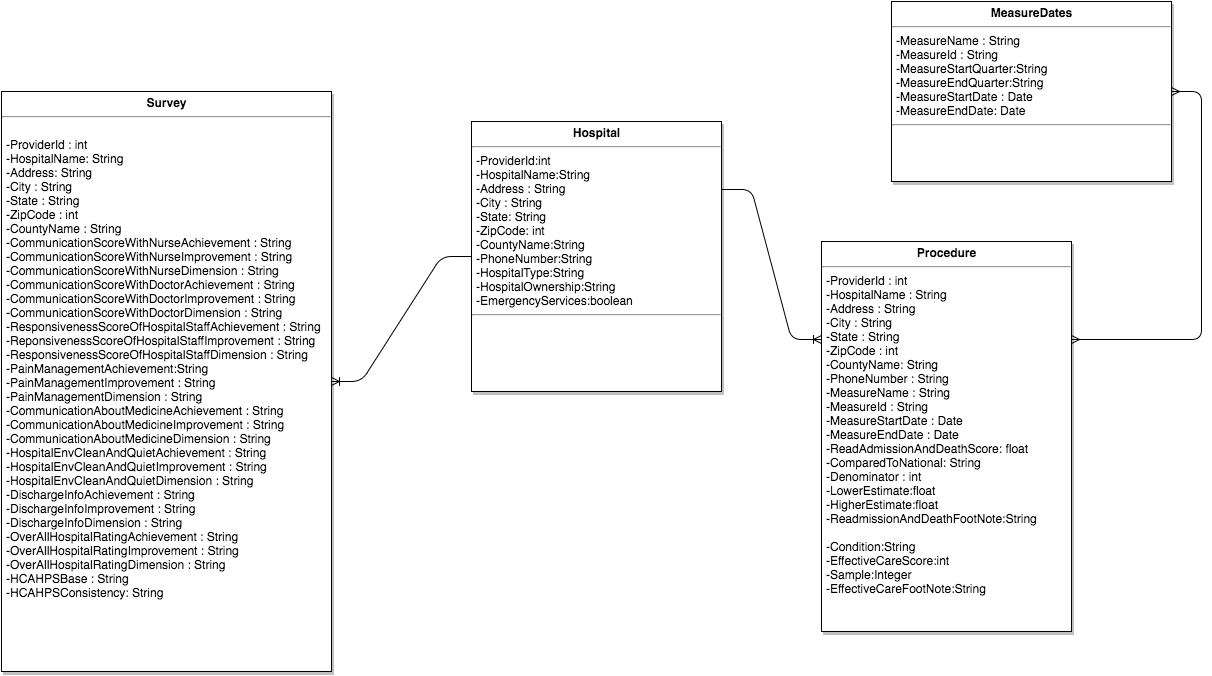
chqngh-berkeley/exercise_1 keeps this draw.io diagram as loading_and_modelling/HospitalUMLDiagram.png. Above is the earlier version. Source tidied: cells renumbered, new cells last; positions are measured from the earlier drawing's top-left corner, leaving out a move shared by most shapes.
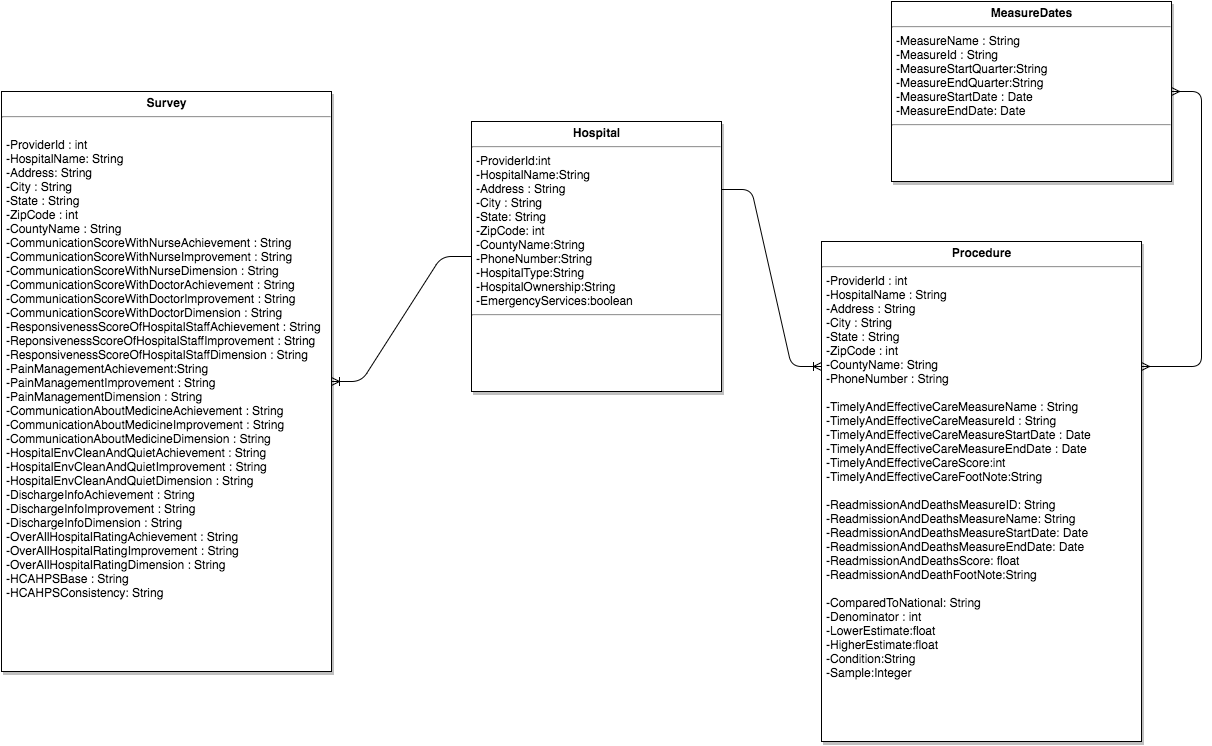
After the change.

The edit, as a diff of the source:
```diff
@@ -8,8 +8,8 @@
     <mxCell id="3" value="&lt;p style=&quot;margin: 0px ; margin-top: 4px ; text-align: center&quot;&gt;&lt;strong&gt;Hospital&lt;/strong&gt;&lt;/p&gt;&lt;hr&gt;&lt;p style=&quot;margin: 0px ; margin-left: 4px&quot;&gt;-ProviderId:int&lt;br&gt;-HospitalName:String&lt;br&gt;-Address : String&lt;br&gt;-City : String&lt;br&gt;-State: String&lt;/p&gt;&lt;p style=&quot;margin: 0px ; margin-left: 4px&quot;&gt;-ZipCode: int&lt;/p&gt;&lt;p style=&quot;margin: 0px ; margin-left: 4px&quot;&gt;-CountyName:String&lt;/p&gt;&lt;p style=&quot;margin: 0px ; margin-left: 4px&quot;&gt;-PhoneNumber:String&lt;/p&gt;&lt;p style=&quot;margin: 0px ; margin-left: 4px&quot;&gt;-HospitalType:String&lt;/p&gt;&lt;p style=&quot;margin: 0px ; margin-left: 4px&quot;&gt;-HospitalOwnership:String&lt;/p&gt;&lt;p style=&quot;margin: 0px ; margin-left: 4px&quot;&gt;-EmergencyServices:boolean&lt;/p&gt;&lt;hr&gt;&lt;p style=&quot;margin: 0px ; margin-left: 4px&quot;&gt;&lt;br&gt;&lt;/p&gt;" style="shadow=1;fillColor=#FFFFFF;gradientColor=none;verticalAlign=top;align=left;overflow=fill;fontSize=12;fontFamily=Helvetica;html=1;" parent="1" vertex="1">
       <mxGeometry x="470" y="120" width="250" height="270" as="geometry" />
     </mxCell>
-    <mxCell id="4" value="&lt;p style=&quot;margin: 0px ; margin-top: 4px ; text-align: center&quot;&gt;&lt;strong&gt;Procedure&lt;/strong&gt;&lt;/p&gt;&lt;hr&gt;&lt;p style=&quot;margin: 0px ; margin-left: 4px&quot;&gt;&lt;span style=&quot;line-height: 1.2&quot;&gt;-ProviderId : int&lt;/span&gt;&lt;/p&gt;&lt;p style=&quot;margin: 0px ; margin-left: 4px&quot;&gt;&lt;span style=&quot;line-height: 1.2&quot;&gt;-HospitalName : String&lt;/span&gt;&lt;/p&gt;&lt;p style=&quot;margin: 0px ; margin-left: 4px&quot;&gt;&lt;span style=&quot;line-height: 1.2&quot;&gt;-Address : String&lt;/span&gt;&lt;/p&gt;&lt;p style=&quot;margin: 0px ; margin-left: 4px&quot;&gt;&lt;span style=&quot;line-height: 1.2&quot;&gt;-City : String&lt;/span&gt;&lt;/p&gt;&lt;p style=&quot;margin: 0px ; margin-left: 4px&quot;&gt;&lt;span style=&quot;line-height: 1.2&quot;&gt;-State : String&lt;/span&gt;&lt;/p&gt;&lt;p style=&quot;margin: 0px ; margin-left: 4px&quot;&gt;&lt;span style=&quot;line-height: 1.2&quot;&gt;-ZipCode : int&lt;/span&gt;&lt;/p&gt;&lt;p style=&quot;margin: 0px ; margin-left: 4px&quot;&gt;&lt;span style=&quot;line-height: 1.2&quot;&gt;-CountyName: String&lt;/span&gt;&lt;/p&gt;&lt;p style=&quot;margin: 0px ; margin-left: 4px&quot;&gt;&lt;span style=&quot;line-height: 1.2&quot;&gt;-PhoneNumber : String&lt;/span&gt;&lt;/p&gt;&lt;p style=&quot;margin: 0px ; margin-left: 4px&quot;&gt;&lt;span style=&quot;line-height: 1.2&quot;&gt;-MeasureName : String&lt;/span&gt;&lt;/p&gt;&lt;p style=&quot;margin: 0px ; margin-left: 4px&quot;&gt;&lt;span style=&quot;line-height: 1.2&quot;&gt;-MeasureId : String&lt;/span&gt;&lt;/p&gt;&lt;p style=&quot;margin: 0px ; margin-left: 4px&quot;&gt;&lt;span style=&quot;line-height: 1.2&quot;&gt;-MeasureStartDate : Date&lt;/span&gt;&lt;/p&gt;&lt;p style=&quot;margin: 0px ; margin-left: 4px&quot;&gt;&lt;span style=&quot;line-height: 1.2&quot;&gt;-MeasureEndDate : Date&lt;/span&gt;&lt;/p&gt;&lt;p style=&quot;margin: 0px ; margin-left: 4px&quot;&gt;&lt;span style=&quot;line-height: 1.2&quot;&gt;-ReadAdmissionAndDeathScore: float&lt;/span&gt;&lt;/p&gt;&lt;p style=&quot;margin: 0px ; margin-left: 4px&quot;&gt;&lt;span style=&quot;line-height: 1.2&quot;&gt;-ComparedToNational: String&lt;/span&gt;&lt;/p&gt;&lt;p style=&quot;margin: 0px ; margin-left: 4px&quot;&gt;&lt;span style=&quot;line-height: 1.2&quot;&gt;-Denominator : int&lt;/span&gt;&lt;/p&gt;&lt;p style=&quot;margin: 0px ; margin-left: 4px&quot;&gt;&lt;span style=&quot;line-height: 1.2&quot;&gt;-LowerEstimate:float&lt;/span&gt;&lt;/p&gt;&lt;p style=&quot;margin: 0px ; margin-left: 4px&quot;&gt;&lt;span style=&quot;line-height: 1.2&quot;&gt;-HigherEstimate:float&lt;/span&gt;&lt;/p&gt;&lt;p style=&quot;margin: 0px ; margin-left: 4px&quot;&gt;&lt;span style=&quot;line-height: 1.2&quot;&gt;-ReadmissionAndDeathFootNote:String&lt;/span&gt;&lt;/p&gt;&lt;p style=&quot;margin: 0px ; margin-left: 4px&quot;&gt;&lt;span style=&quot;line-height: 1.2&quot;&gt;&lt;br&gt;&lt;/span&gt;&lt;/p&gt;&lt;p style=&quot;margin: 0px ; margin-left: 4px&quot;&gt;&lt;span style=&quot;line-height: 1.2&quot;&gt;-Condition:String&lt;/span&gt;&lt;/p&gt;&lt;p style=&quot;margin: 0px ; margin-left: 4px&quot;&gt;&lt;span style=&quot;line-height: 1.2&quot;&gt;-EffectiveCareScore:int&lt;/span&gt;&lt;/p&gt;&lt;p style=&quot;margin: 0px ; margin-left: 4px&quot;&gt;&lt;span style=&quot;line-height: 1.2&quot;&gt;-Sample:Integer&lt;/span&gt;&lt;/p&gt;&lt;p style=&quot;margin: 0px ; margin-left: 4px&quot;&gt;&lt;span style=&quot;line-height: 1.2&quot;&gt;-EffectiveCareFootNote:String&lt;/span&gt;&lt;/p&gt;" style="shadow=1;fillColor=#FFFFFF;gradientColor=none;verticalAlign=top;align=left;overflow=fill;fontSize=12;fontFamily=Helvetica;html=1;" parent="1" vertex="1">
-      <mxGeometry x="820" y="240" width="250" height="390" as="geometry" />
+    <mxCell id="4" value="&lt;p style=&quot;margin: 0px ; margin-top: 4px ; text-align: center&quot;&gt;&lt;strong&gt;Procedure&lt;/strong&gt;&lt;/p&gt;&lt;hr&gt;&lt;p style=&quot;margin: 0px ; margin-left: 4px&quot;&gt;&lt;span style=&quot;line-height: 1.2&quot;&gt;-ProviderId : int&lt;/span&gt;&lt;/p&gt;&lt;p style=&quot;margin: 0px ; margin-left: 4px&quot;&gt;&lt;span style=&quot;line-height: 1.2&quot;&gt;-HospitalName : String&lt;/span&gt;&lt;/p&gt;&lt;p style=&quot;margin: 0px ; margin-left: 4px&quot;&gt;&lt;span style=&quot;line-height: 1.2&quot;&gt;-Address : String&lt;/span&gt;&lt;/p&gt;&lt;p style=&quot;margin: 0px ; margin-left: 4px&quot;&gt;&lt;span style=&quot;line-height: 1.2&quot;&gt;-City : String&lt;/span&gt;&lt;/p&gt;&lt;p style=&quot;margin: 0px ; margin-left: 4px&quot;&gt;&lt;span style=&quot;line-height: 1.2&quot;&gt;-State : String&lt;/span&gt;&lt;/p&gt;&lt;p style=&quot;margin: 0px ; margin-left: 4px&quot;&gt;&lt;span style=&quot;line-height: 1.2&quot;&gt;-ZipCode : int&lt;/span&gt;&lt;/p&gt;&lt;p style=&quot;margin: 0px ; margin-left: 4px&quot;&gt;&lt;span style=&quot;line-height: 1.2&quot;&gt;-CountyName: String&lt;/span&gt;&lt;/p&gt;&lt;p style=&quot;margin: 0px ; margin-left: 4px&quot;&gt;&lt;span style=&quot;line-height: 1.2&quot;&gt;-PhoneNumber : String&lt;/span&gt;&lt;/p&gt;&lt;p style=&quot;margin: 0px ; margin-left: 4px&quot;&gt;&lt;span style=&quot;line-height: 1.2&quot;&gt;&lt;br&gt;&lt;/span&gt;&lt;/p&gt;&lt;p style=&quot;margin: 0px ; margin-left: 4px&quot;&gt;&lt;span style=&quot;line-height: 1.2&quot;&gt;-TimelyAndEffectiveCareMeasureName : String&lt;/span&gt;&lt;/p&gt;&lt;p style=&quot;margin: 0px ; margin-left: 4px&quot;&gt;&lt;span style=&quot;line-height: 1.2&quot;&gt;-TimelyAndEffectiveCareMeasureId : String&lt;/span&gt;&lt;/p&gt;&lt;p style=&quot;margin: 0px ; margin-left: 4px&quot;&gt;&lt;span style=&quot;line-height: 1.2&quot;&gt;-TimelyAndEffectiveCareMeasureStartDate : Date&lt;/span&gt;&lt;/p&gt;&lt;p style=&quot;margin: 0px ; margin-left: 4px&quot;&gt;&lt;span style=&quot;line-height: 1.2&quot;&gt;-TimelyAndEffectiveCareMeasureEndDate : Date&lt;/span&gt;&lt;/p&gt;&lt;p style=&quot;margin: 0px ; margin-left: 4px&quot;&gt;&lt;span style=&quot;line-height: 1.2&quot;&gt;-TimelyAndEffectiveCareScore:int&lt;br&gt;&lt;/span&gt;&lt;/p&gt;&lt;p style=&quot;margin: 0px ; margin-left: 4px&quot;&gt;&lt;span style=&quot;line-height: 1.2&quot;&gt;-TimelyAndEffectiveCareFootNote:String&lt;br&gt;&lt;/span&gt;&lt;/p&gt;&lt;p style=&quot;margin: 0px ; margin-left: 4px&quot;&gt;&lt;span style=&quot;line-height: 1.2&quot;&gt;&lt;br&gt;&lt;/span&gt;&lt;/p&gt;&lt;p style=&quot;margin: 0px ; margin-left: 4px&quot;&gt;&lt;span style=&quot;line-height: 1.2&quot;&gt;-ReadmissionAndDeathsMeasureID: String&lt;/span&gt;&lt;/p&gt;&lt;p style=&quot;margin: 0px ; margin-left: 4px&quot;&gt;&lt;span style=&quot;line-height: 1.2&quot;&gt;-ReadmissionAndDeathsMeasureName: String&lt;br&gt;&lt;/span&gt;&lt;/p&gt;&lt;p style=&quot;margin: 0px ; margin-left: 4px&quot;&gt;&lt;span&gt;-&lt;/span&gt;&lt;span&gt;ReadmissionAndDeaths&lt;/span&gt;&lt;span&gt;MeasureStartDate: Date&lt;/span&gt;&lt;/p&gt;&lt;p style=&quot;margin: 0px ; margin-left: 4px&quot;&gt;&lt;span&gt;-&lt;/span&gt;&lt;span&gt;ReadmissionAndDeaths&lt;/span&gt;&lt;span&gt;MeasureEndDate: Date&lt;/span&gt;&lt;/p&gt;&lt;p style=&quot;margin: 0px ; margin-left: 4px&quot;&gt;&lt;span style=&quot;line-height: 1.2&quot;&gt;-ReadmissionAndDeathsScore: float&lt;/span&gt;&lt;/p&gt;&lt;p style=&quot;margin: 0px ; margin-left: 4px&quot;&gt;&lt;span style=&quot;line-height: 1.2&quot;&gt;-ReadmissionAndDeathFootNote:String&lt;br&gt;&lt;/span&gt;&lt;/p&gt;&lt;p style=&quot;margin: 0px ; margin-left: 4px&quot;&gt;&lt;span style=&quot;line-height: 1.2&quot;&gt;&lt;br&gt;&lt;/span&gt;&lt;/p&gt;&lt;p style=&quot;margin: 0px ; margin-left: 4px&quot;&gt;&lt;span style=&quot;line-height: 1.2&quot;&gt;-ComparedToNational: String&lt;/span&gt;&lt;/p&gt;&lt;p style=&quot;margin: 0px ; margin-left: 4px&quot;&gt;&lt;span style=&quot;line-height: 1.2&quot;&gt;-Denominator : int&lt;/span&gt;&lt;/p&gt;&lt;p style=&quot;margin: 0px ; margin-left: 4px&quot;&gt;&lt;span style=&quot;line-height: 1.2&quot;&gt;-LowerEstimate:float&lt;/span&gt;&lt;/p&gt;&lt;p style=&quot;margin: 0px ; margin-left: 4px&quot;&gt;&lt;span style=&quot;line-height: 1.2&quot;&gt;-HigherEstimate:float&lt;/span&gt;&lt;/p&gt;&lt;p style=&quot;margin: 0px ; margin-left: 4px&quot;&gt;&lt;span&gt;-Condition:String&lt;/span&gt;&lt;/p&gt;&lt;p style=&quot;margin: 0px ; margin-left: 4px&quot;&gt;&lt;span&gt;-Sample:Integer&lt;/span&gt;&lt;/p&gt;" style="shadow=1;fillColor=#FFFFFF;gradientColor=none;verticalAlign=top;align=left;overflow=fill;fontSize=12;fontFamily=Helvetica;html=1;" parent="1" vertex="1">
+      <mxGeometry x="820" y="240" width="320" height="500" as="geometry" />
     </mxCell>
     <mxCell id="5" value="&lt;font style=&quot;line-height: 120%&quot;&gt;&lt;p style=&quot;margin: 0px ; margin-top: 4px ; text-align: center&quot;&gt;&lt;strong&gt;Survey&lt;/strong&gt;&lt;/p&gt;&lt;hr&gt;&lt;p style=&quot;margin: 0px ; margin-left: 4px&quot;&gt;&lt;br&gt;&lt;/p&gt;&lt;p style=&quot;margin: 0px ; margin-left: 4px&quot;&gt;-ProviderId : int&lt;/p&gt;&lt;p style=&quot;margin: 0px ; margin-left: 4px&quot;&gt;-HospitalName: String&lt;/p&gt;&lt;p style=&quot;margin: 0px ; margin-left: 4px&quot;&gt;-Address: String&lt;/p&gt;&lt;p style=&quot;margin: 0px ; margin-left: 4px&quot;&gt;-City : String&lt;/p&gt;&lt;p style=&quot;margin: 0px ; margin-left: 4px&quot;&gt;-State : String&lt;/p&gt;&lt;p style=&quot;margin: 0px ; margin-left: 4px&quot;&gt;-ZipCode : int&lt;/p&gt;&lt;p style=&quot;margin: 0px ; margin-left: 4px&quot;&gt;-CountyName : String&lt;/p&gt;&lt;p style=&quot;margin: 0px ; margin-left: 4px&quot;&gt;-CommunicationScoreWithNurseAchievement : String&lt;/p&gt;&lt;p style=&quot;margin: 0px ; margin-left: 4px&quot;&gt;-&lt;span&gt;Communication&lt;/span&gt;&lt;span&gt;ScoreWithNurseImprovement : String&lt;/span&gt;&lt;/p&gt;&lt;p style=&quot;margin: 0px ; margin-left: 4px&quot;&gt;&lt;span style=&quot;line-height: 120%&quot;&gt;-&lt;/span&gt;&lt;span style=&quot;line-height: 120%&quot;&gt;Communication&lt;/span&gt;&lt;span style=&quot;line-height: 120%&quot;&gt;ScoreWithNurseDimension : String&lt;/span&gt;&lt;/p&gt;&lt;p style=&quot;margin: 0px ; margin-left: 4px&quot;&gt;&lt;span style=&quot;line-height: 120%&quot;&gt;-&lt;/span&gt;&lt;span style=&quot;line-height: 120%&quot;&gt;Communication&lt;/span&gt;&lt;span style=&quot;line-height: 120%&quot;&gt;ScoreWithDoctorAchievement : String&lt;/span&gt;&lt;/p&gt;&lt;p style=&quot;margin: 0px ; margin-left: 4px&quot;&gt;&lt;span style=&quot;line-height: 120%&quot;&gt;-&lt;/span&gt;&lt;span style=&quot;line-height: 120%&quot;&gt;Communication&lt;/span&gt;&lt;span style=&quot;line-height: 120%&quot;&gt;ScoreWithDoctorImprovement : String&lt;/span&gt;&lt;/p&gt;&lt;p style=&quot;margin: 0px ; margin-left: 4px&quot;&gt;&lt;span style=&quot;line-height: 120%&quot;&gt;-&lt;/span&gt;&lt;span style=&quot;line-height: 120%&quot;&gt;Communication&lt;/span&gt;&lt;span style=&quot;line-height: 120%&quot;&gt;ScoreWithDoctorDimension : String&lt;/span&gt;&lt;/p&gt;&lt;p style=&quot;margin: 0px ; margin-left: 4px&quot;&gt;&lt;span style=&quot;line-height: 120%&quot;&gt;-ResponsivenessScoreOfHospitalStaffAchievement : String&lt;/span&gt;&lt;/p&gt;&lt;p style=&quot;margin: 0px ; margin-left: 4px&quot;&gt;&lt;span style=&quot;line-height: 120%&quot;&gt;-ReponsivenessScoreOfHospitalStaffImprovement : String&lt;/span&gt;&lt;/p&gt;&lt;p style=&quot;margin: 0px ; margin-left: 4px&quot;&gt;&lt;span style=&quot;line-height: 120%&quot;&gt;-ResponsivenessScoreOfHospitalStaffDimension : String&lt;/span&gt;&lt;/p&gt;&lt;p style=&quot;margin: 0px ; margin-left: 4px&quot;&gt;&lt;span style=&quot;line-height: 120%&quot;&gt;-PainManagementAchievement:String&lt;/span&gt;&lt;/p&gt;&lt;p style=&quot;margin: 0px ; margin-left: 4px&quot;&gt;&lt;span style=&quot;line-height: 120%&quot;&gt;-PainManagementImprovement : String&lt;/span&gt;&lt;/p&gt;&lt;p style=&quot;margin: 0px ; margin-left: 4px&quot;&gt;&lt;span style=&quot;line-height: 120%&quot;&gt;-PainManagementDimension : String&lt;/span&gt;&lt;/p&gt;&lt;p style=&quot;margin: 0px ; margin-left: 4px&quot;&gt;&lt;span style=&quot;line-height: 120%&quot;&gt;-CommunicationAboutMedicineAchievement : String&lt;/span&gt;&lt;/p&gt;&lt;p style=&quot;margin: 0px ; margin-left: 4px&quot;&gt;&lt;span style=&quot;line-height: 120%&quot;&gt;-CommunicationAboutMedicineImprovement : String&lt;/span&gt;&lt;/p&gt;&lt;p style=&quot;margin: 0px ; margin-left: 4px&quot;&gt;&lt;span style=&quot;line-height: 120%&quot;&gt;-CommunicationAboutMedicineDimension : String&lt;/span&gt;&lt;/p&gt;&lt;p style=&quot;margin: 0px ; margin-left: 4px&quot;&gt;&lt;span style=&quot;line-height: 120%&quot;&gt;-HospitalEnvCleanAndQuietAchievement : String&lt;/span&gt;&lt;/p&gt;&lt;p style=&quot;margin: 0px ; margin-left: 4px&quot;&gt;&lt;span style=&quot;line-height: 120%&quot;&gt;-HospitalEnvCleanAndQuietImprovement : String&lt;/span&gt;&lt;/p&gt;&lt;p style=&quot;margin: 0px ; margin-left: 4px&quot;&gt;&lt;span style=&quot;line-height: 120%&quot;&gt;-HospitalEnvCleanAndQuietDimension : String&lt;/span&gt;&lt;/p&gt;&lt;p style=&quot;margin: 0px ; margin-left: 4px&quot;&gt;&lt;span style=&quot;line-height: 120%&quot;&gt;-DischargeInfoAchievement : String&lt;/span&gt;&lt;/p&gt;&lt;p style=&quot;margin: 0px ; margin-left: 4px&quot;&gt;&lt;span style=&quot;line-height: 120%&quot;&gt;-DischargeInfoImprovement : String&lt;/span&gt;&lt;/p&gt;&lt;p style=&quot;margin: 0px ; margin-left: 4px&quot;&gt;&lt;span style=&quot;line-height: 120%&quot;&gt;-DischargeInfoDimension : String&lt;/span&gt;&lt;/p&gt;&lt;p style=&quot;margin: 0px ; margin-left: 4px&quot;&gt;&lt;span style=&quot;line-height: 120%&quot;&gt;-OverAllHospitalRatingAchievement : String&lt;/span&gt;&lt;/p&gt;&lt;p style=&quot;margin: 0px ; margin-left: 4px&quot;&gt;&lt;span style=&quot;line-height: 120%&quot;&gt;-OverAllHospitalRatingImprovement : String&lt;/span&gt;&lt;/p&gt;&lt;p style=&quot;margin: 0px ; margin-left: 4px&quot;&gt;&lt;span style=&quot;line-height: 120%&quot;&gt;-OverAllHospitalRatingDimension : String&lt;/span&gt;&lt;/p&gt;&lt;p style=&quot;margin: 0px ; margin-left: 4px&quot;&gt;&lt;span style=&quot;line-height: 120%&quot;&gt;-HCAHPSBase : String&lt;/span&gt;&lt;/p&gt;&lt;p style=&quot;margin: 0px ; margin-left: 4px&quot;&gt;&lt;span style=&quot;line-height: 120%&quot;&gt;-HCAHPSConsistency: String&lt;/span&gt;&lt;/p&gt;&lt;/font&gt;" style="shadow=1;fillColor=#FFFFFF;gradientColor=none;verticalAlign=top;align=left;overflow=fill;fontSize=12;fontFamily=Helvetica;html=1;" parent="1" vertex="1">
       <mxGeometry y="90" width="330" height="580" as="geometry" />
```
